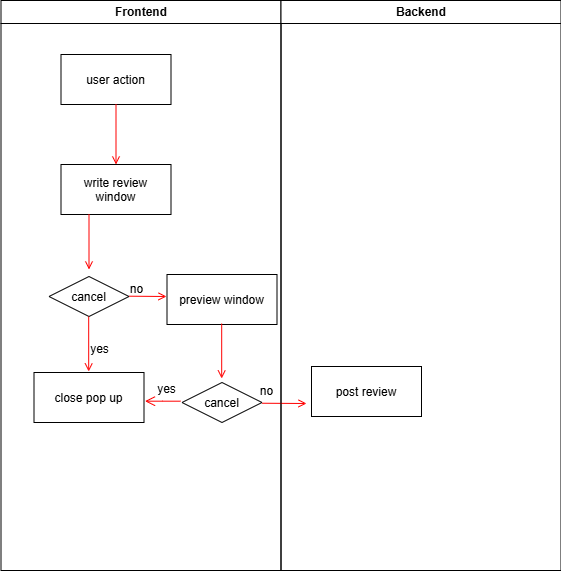
The draw.io diagram docs/assets/srs/writereview-ad.png in green-sprout/green-sprout.github.io, before a commit. Source tidied: cells renumbered, new cells last; positions are measured from the earlier drawing's top-left corner, leaving out a move shared by most shapes. The source it was exported from:
```xml
<mxGraphModel>
  <root>
    <mxCell id="0" />
    <mxCell id="1" parent="0" />
    <mxCell id="2" value="Frontend" style="swimlane;whiteSpace=wrap;" parent="1" vertex="1">
      <mxGeometry x="0.5" width="280" height="570" as="geometry" />
    </mxCell>
    <mxCell id="3" value="user action" parent="2" vertex="1">
      <mxGeometry x="60" y="54" width="110" height="50" as="geometry" />
    </mxCell>
    <mxCell id="4" value="write review&#10;window" parent="2" vertex="1">
      <mxGeometry x="60" y="164" width="110" height="50" as="geometry" />
    </mxCell>
    <mxCell id="5" style="endArrow=open;strokeColor=#FF0000;endFill=1;rounded=0;" parent="2" edge="1" source="3" target="4">
      <mxGeometry relative="1" as="geometry" />
    </mxCell>
    <mxCell id="6" style="endArrow=open;strokeColor=#FF0000;endFill=1;rounded=0;" parent="2" edge="1">
      <mxGeometry relative="1" as="geometry">
        <mxPoint x="88" y="214" as="sourcePoint" />
        <mxPoint x="88" y="269" as="targetPoint" />
      </mxGeometry>
    </mxCell>
    <mxCell id="7" value="cancel" style="rhombus;" parent="2" vertex="1">
      <mxGeometry x="48" y="276" width="80" height="40" as="geometry" />
    </mxCell>
    <mxCell id="8" style="endArrow=open;strokeColor=#FF0000;endFill=1;rounded=0;" parent="2" edge="1">
      <mxGeometry relative="1" as="geometry">
        <mxPoint x="87.7" y="316" as="sourcePoint" />
        <mxPoint x="87.7" y="371" as="targetPoint" />
      </mxGeometry>
    </mxCell>
    <mxCell id="9" style="endArrow=open;strokeColor=#FF0000;endFill=1;rounded=0;" parent="2" edge="1">
      <mxGeometry relative="1" as="geometry">
        <mxPoint x="128" y="295.7" as="sourcePoint" />
        <mxPoint x="165.5" y="296" as="targetPoint" />
      </mxGeometry>
    </mxCell>
    <mxCell id="10" value="preview window" parent="2" vertex="1">
      <mxGeometry x="166" y="274" width="110" height="50" as="geometry" />
    </mxCell>
    <mxCell id="11" value="cancel" style="rhombus;" parent="2" vertex="1">
      <mxGeometry x="181" y="382" width="80" height="40" as="geometry" />
    </mxCell>
    <mxCell id="12" style="endArrow=open;strokeColor=#FF0000;endFill=1;rounded=0;" parent="2" edge="1">
      <mxGeometry relative="1" as="geometry">
        <mxPoint x="220.7" y="323" as="sourcePoint" />
        <mxPoint x="220.7" y="378" as="targetPoint" />
      </mxGeometry>
    </mxCell>
    <mxCell id="13" value="close pop up" parent="2" vertex="1">
      <mxGeometry x="33" y="372" width="110" height="50" as="geometry" />
    </mxCell>
    <mxCell id="14" style="edgeStyle=elbowEdgeStyle;elbow=horizontal;verticalAlign=bottom;endArrow=open;endSize=8;strokeColor=#FF0000;endFill=1;rounded=0;" parent="2" edge="1">
      <mxGeometry x="-34.5" y="-38" as="geometry">
        <mxPoint x="179.5" y="400.7" as="sourcePoint" />
        <mxPoint x="144" y="400.7" as="targetPoint" />
      </mxGeometry>
    </mxCell>
    <mxCell id="15" style="endArrow=open;strokeColor=#FF0000;endFill=1;rounded=0;" parent="2" edge="1">
      <mxGeometry relative="1" as="geometry">
        <mxPoint x="261" y="402.7" as="sourcePoint" />
        <mxPoint x="305.5" y="403" as="targetPoint" />
      </mxGeometry>
    </mxCell>
    <mxCell id="16" value="Backend" style="swimlane;whiteSpace=wrap;startSize=23;" parent="1" vertex="1">
      <mxGeometry x="280.5" width="280" height="570" as="geometry" />
    </mxCell>
    <mxCell id="17" value="post review" parent="16" vertex="1">
      <mxGeometry x="30.5" y="366" width="110" height="50" as="geometry" />
    </mxCell>
    <mxCell id="18" value="no" style="text;html=1;align=center;verticalAlign=middle;strokeColor=none;fillColor=none;" parent="16" vertex="1">
      <mxGeometry x="-34.5" y="376" width="40" height="30" as="geometry" />
    </mxCell>
    <mxCell id="19" value="yes" style="text;html=1;align=center;verticalAlign=middle;strokeColor=none;fillColor=none;" parent="1" vertex="1">
      <mxGeometry x="79" y="334" width="40" height="30" as="geometry" />
    </mxCell>
    <mxCell id="20" value="no" style="text;html=1;align=center;verticalAlign=middle;strokeColor=none;fillColor=none;" parent="1" vertex="1">
      <mxGeometry x="116" y="274" width="40" height="30" as="geometry" />
    </mxCell>
    <mxCell id="21" value="yes" style="text;html=1;align=center;verticalAlign=middle;strokeColor=none;fillColor=none;" parent="1" vertex="1">
      <mxGeometry x="146" y="374" width="40" height="30" as="geometry" />
    </mxCell>
  </root>
</mxGraphModel>
```
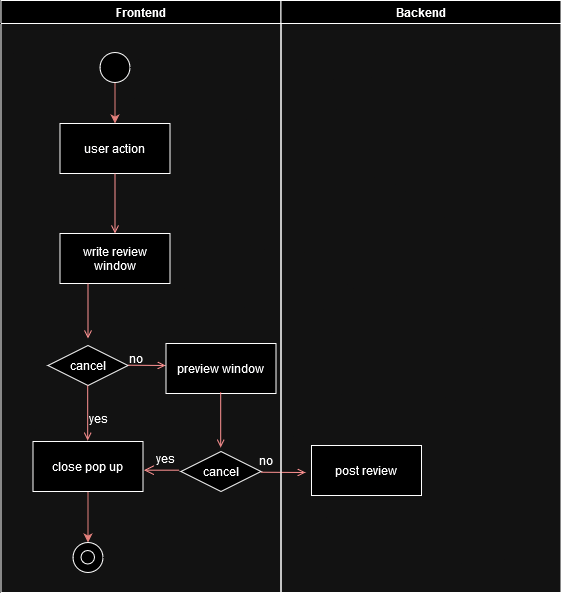
Later version of the same file.

Diff of the diagram source:
```diff
@@ -3,73 +3,88 @@
     <mxCell id="0" />
     <mxCell id="1" parent="0" />
     <mxCell id="2" value="Frontend" style="swimlane;whiteSpace=wrap;" parent="1" vertex="1">
-      <mxGeometry x="0.5" width="280" height="570" as="geometry" />
+      <mxGeometry x="1.5" y="-69" width="280" height="592" as="geometry" />
     </mxCell>
     <mxCell id="3" value="user action" parent="2" vertex="1">
-      <mxGeometry x="60" y="54" width="110" height="50" as="geometry" />
+      <mxGeometry x="59" y="123" width="110" height="50" as="geometry" />
     </mxCell>
     <mxCell id="4" value="write review&#10;window" parent="2" vertex="1">
-      <mxGeometry x="60" y="164" width="110" height="50" as="geometry" />
+      <mxGeometry x="59" y="233" width="110" height="50" as="geometry" />
     </mxCell>
     <mxCell id="5" style="endArrow=open;strokeColor=#FF0000;endFill=1;rounded=0;" parent="2" edge="1" source="3" target="4">
       <mxGeometry relative="1" as="geometry" />
     </mxCell>
     <mxCell id="6" style="endArrow=open;strokeColor=#FF0000;endFill=1;rounded=0;" parent="2" edge="1">
       <mxGeometry relative="1" as="geometry">
-        <mxPoint x="88" y="214" as="sourcePoint" />
-        <mxPoint x="88" y="269" as="targetPoint" />
+        <mxPoint x="87" y="283" as="sourcePoint" />
+        <mxPoint x="87" y="338" as="targetPoint" />
       </mxGeometry>
     </mxCell>
     <mxCell id="7" value="cancel" style="rhombus;" parent="2" vertex="1">
-      <mxGeometry x="48" y="276" width="80" height="40" as="geometry" />
+      <mxGeometry x="47" y="345" width="80" height="40" as="geometry" />
     </mxCell>
     <mxCell id="8" style="endArrow=open;strokeColor=#FF0000;endFill=1;rounded=0;" parent="2" edge="1">
       <mxGeometry relative="1" as="geometry">
-        <mxPoint x="87.7" y="316" as="sourcePoint" />
-        <mxPoint x="87.7" y="371" as="targetPoint" />
+        <mxPoint x="86.7" y="385" as="sourcePoint" />
+        <mxPoint x="86.7" y="440" as="targetPoint" />
       </mxGeometry>
     </mxCell>
     <mxCell id="9" style="endArrow=open;strokeColor=#FF0000;endFill=1;rounded=0;" parent="2" edge="1">
       <mxGeometry relative="1" as="geometry">
-        <mxPoint x="128" y="295.7" as="sourcePoint" />
-        <mxPoint x="165.5" y="296" as="targetPoint" />
+        <mxPoint x="127" y="364.7" as="sourcePoint" />
+        <mxPoint x="164.5" y="365" as="targetPoint" />
       </mxGeometry>
     </mxCell>
     <mxCell id="10" value="preview window" parent="2" vertex="1">
-      <mxGeometry x="166" y="274" width="110" height="50" as="geometry" />
+      <mxGeometry x="165" y="343" width="110" height="50" as="geometry" />
     </mxCell>
     <mxCell id="11" value="cancel" style="rhombus;" parent="2" vertex="1">
-      <mxGeometry x="181" y="382" width="80" height="40" as="geometry" />
+      <mxGeometry x="180" y="451" width="80" height="40" as="geometry" />
     </mxCell>
     <mxCell id="12" style="endArrow=open;strokeColor=#FF0000;endFill=1;rounded=0;" parent="2" edge="1">
       <mxGeometry relative="1" as="geometry">
-        <mxPoint x="220.7" y="323" as="sourcePoint" />
-        <mxPoint x="220.7" y="378" as="targetPoint" />
+        <mxPoint x="219.7" y="392" as="sourcePoint" />
+        <mxPoint x="219.7" y="447" as="targetPoint" />
       </mxGeometry>
     </mxCell>
+    <mxCell id="22" style="edgeStyle=orthogonalEdgeStyle;rounded=0;jettySize=auto;html=1;entryX=0.5;entryY=0;entryDx=0;entryDy=0;fillColor=#f8cecc;strokeColor=#b85450;" parent="2" edge="1" source="13" target="25">
+      <mxGeometry relative="1" as="geometry" />
+    </mxCell>
     <mxCell id="13" value="close pop up" parent="2" vertex="1">
-      <mxGeometry x="33" y="372" width="110" height="50" as="geometry" />
+      <mxGeometry x="32" y="441" width="110" height="50" as="geometry" />
     </mxCell>
     <mxCell id="14" style="edgeStyle=elbowEdgeStyle;elbow=horizontal;verticalAlign=bottom;endArrow=open;endSize=8;strokeColor=#FF0000;endFill=1;rounded=0;" parent="2" edge="1">
       <mxGeometry x="-34.5" y="-38" as="geometry">
-        <mxPoint x="179.5" y="400.7" as="sourcePoint" />
-        <mxPoint x="144" y="400.7" as="targetPoint" />
+        <mxPoint x="178.5" y="469.7" as="sourcePoint" />
+        <mxPoint x="143" y="469.7" as="targetPoint" />
       </mxGeometry>
     </mxCell>
     <mxCell id="15" style="endArrow=open;strokeColor=#FF0000;endFill=1;rounded=0;" parent="2" edge="1">
       <mxGeometry relative="1" as="geometry">
-        <mxPoint x="261" y="402.7" as="sourcePoint" />
-        <mxPoint x="305.5" y="403" as="targetPoint" />
+        <mxPoint x="260" y="471.7" as="sourcePoint" />
+        <mxPoint x="304.5" y="472" as="targetPoint" />
       </mxGeometry>
     </mxCell>
+    <mxCell id="23" style="edgeStyle=orthogonalEdgeStyle;rounded=0;jettySize=auto;html=1;fillColor=#f8cecc;strokeColor=#b85450;" parent="2" edge="1" source="24" target="3">
+      <mxGeometry relative="1" as="geometry" />
+    </mxCell>
+    <mxCell id="24" style="ellipse;whiteSpace=wrap;html=1;" parent="2" vertex="1">
+      <mxGeometry x="99" y="52" width="30" height="30" as="geometry" />
+    </mxCell>
+    <mxCell id="25" style="ellipse;whiteSpace=wrap;html=1;" parent="2" vertex="1">
+      <mxGeometry x="72" y="542" width="30" height="30" as="geometry" />
+    </mxCell>
+    <mxCell id="26" style="ellipse;whiteSpace=wrap;html=1;" parent="2" vertex="1">
+      <mxGeometry x="80" y="550" width="13.5" height="13.5" as="geometry" />
+    </mxCell>
     <mxCell id="16" value="Backend" style="swimlane;whiteSpace=wrap;startSize=23;" parent="1" vertex="1">
-      <mxGeometry x="280.5" width="280" height="570" as="geometry" />
+      <mxGeometry x="281.5" y="-69" width="280" height="592" as="geometry" />
     </mxCell>
     <mxCell id="17" value="post review" parent="16" vertex="1">
-      <mxGeometry x="30.5" y="366" width="110" height="50" as="geometry" />
+      <mxGeometry x="30.5" y="445" width="110" height="50" as="geometry" />
     </mxCell>
     <mxCell id="18" value="no" style="text;html=1;align=center;verticalAlign=middle;strokeColor=none;fillColor=none;" parent="16" vertex="1">
-      <mxGeometry x="-34.5" y="376" width="40" height="30" as="geometry" />
+      <mxGeometry x="-35.5" y="445" width="40" height="30" as="geometry" />
     </mxCell>
     <mxCell id="19" value="yes" style="text;html=1;align=center;verticalAlign=middle;strokeColor=none;fillColor=none;" parent="1" vertex="1">
       <mxGeometry x="79" y="334" width="40" height="30" as="geometry" />
```
